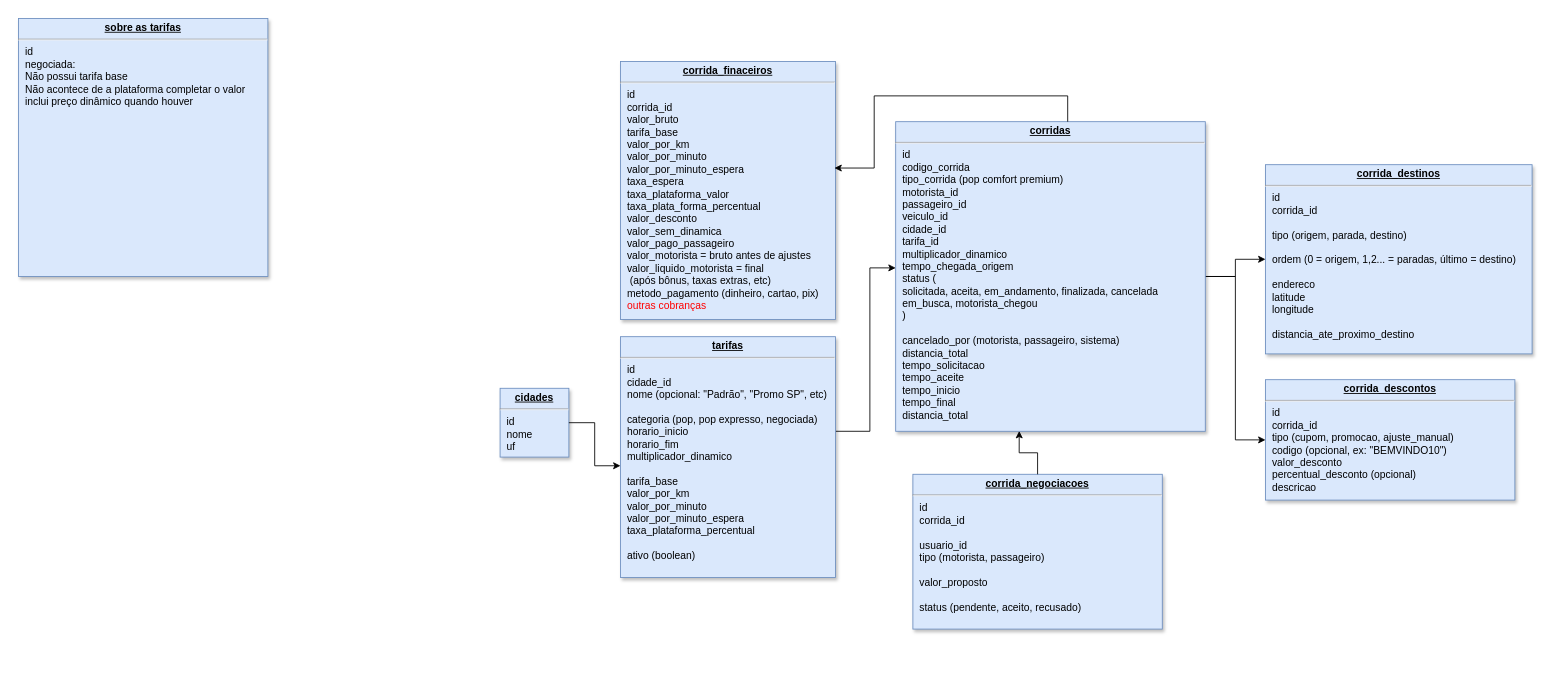
Earlier version of the draw.io diagram page "corridas" (2 of 2) of Diagrama sem nome.drawio (PnA-Publicidade/aplicativo-mobilidade-urbana-backend). Source tidied: cells renumbered, new cells numbered last; positions are measured from the earlier drawing's top-left corner, leaving out a move shared by most shapes. Both pictures are drawn from the tidied source at 86%, with x=0, y=0 at pixel (18, 18).
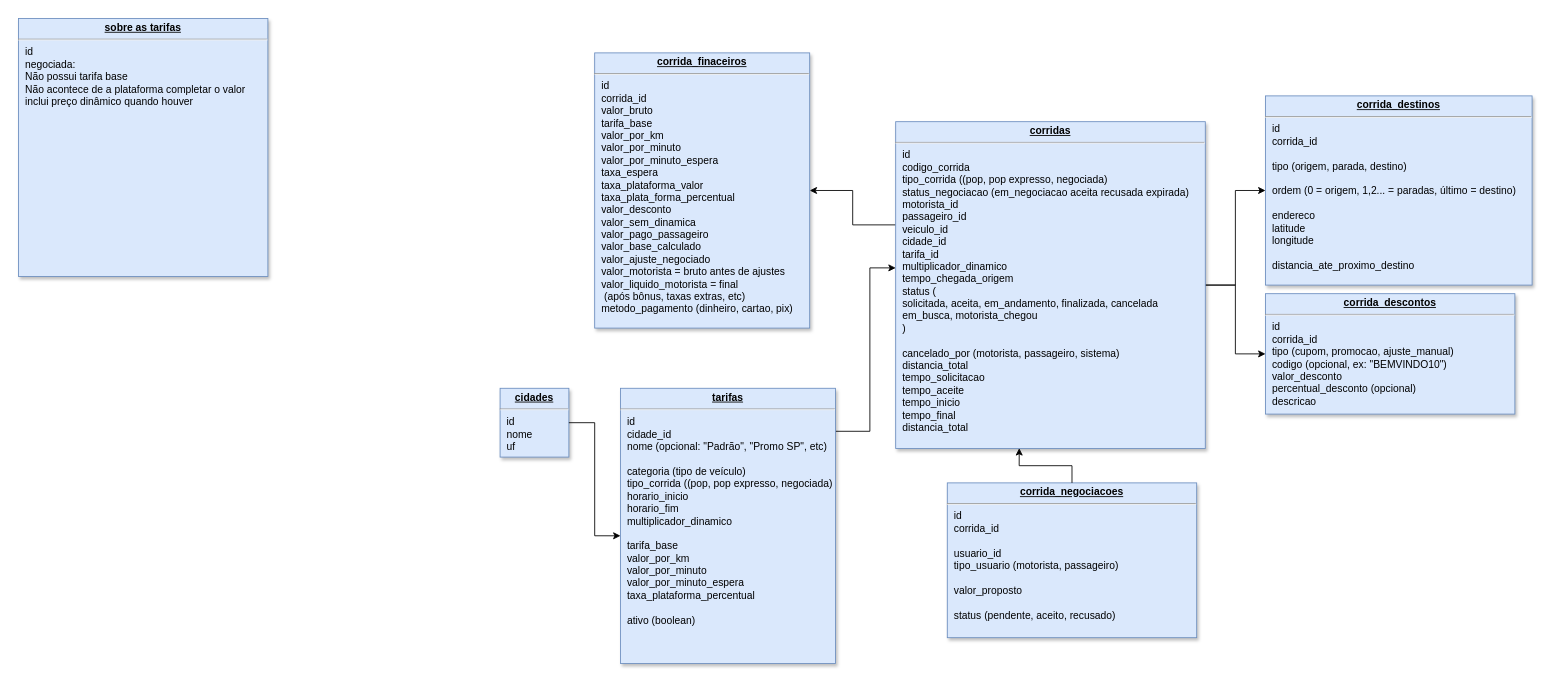
After the change.

The edit, as a diff of the source:
```diff
@@
 <mxGraphModel>
   <root>
     <mxCell id="0" />
     <mxCell id="1" parent="0" />
     <mxCell id="2" style="edgeStyle=orthogonalEdgeStyle;rounded=0;jettySize=auto;html=1;entryX=0;entryY=0.5;entryDx=0;entryDy=0;" parent="1" edge="1" source="4" target="6">
       <mxGeometry relative="1" as="geometry" />
     </mxCell>
     <mxCell id="3" style="edgeStyle=orthogonalEdgeStyle;rounded=0;jettySize=auto;html=1;entryX=0;entryY=0.5;entryDx=0;entryDy=0;" parent="1" edge="1" source="4" target="7">
       <mxGeometry relative="1" as="geometry" />
     </mxCell>
+    <mxCell id="8" style="edgeStyle=orthogonalEdgeStyle;rounded=0;jettySize=auto;html=1;entryX=1;entryY=0.5;entryDx=0;entryDy=0;" parent="1" edge="1" source="4" target="5">
+      <mxGeometry relative="1" as="geometry">
+        <Array as="points">
+          <mxPoint x="970" y="240" />
+          <mxPoint x="970" y="200" />
+        </Array>
+      </mxGeometry>
+    </mxCell>
-    <mxCell id="4" value="&lt;p style=&quot;margin: 0px ; margin-top: 4px ; text-align: center ; text-decoration: underline&quot;&gt;&lt;b&gt;corridas&lt;/b&gt;&lt;/p&gt;&lt;hr&gt;&lt;p style=&quot;margin: 0px ; margin-left: 8px&quot;&gt;id&lt;/p&gt;&lt;p style=&quot;margin: 0px ; margin-left: 8px&quot;&gt;codigo_corrida&lt;/p&gt;&lt;p style=&quot;margin: 0px ; margin-left: 8px&quot;&gt;tipo_corrida (pop comfort premium)&lt;/p&gt;&lt;p style=&quot;margin: 0px ; margin-left: 8px&quot;&gt;motorista_id&lt;/p&gt;&lt;p style=&quot;margin: 0px ; margin-left: 8px&quot;&gt;passageiro_id&lt;/p&gt;&lt;p style=&quot;margin: 0px ; margin-left: 8px&quot;&gt;veiculo_id&amp;nbsp;&lt;/p&gt;&lt;p style=&quot;margin: 0px ; margin-left: 8px&quot;&gt;cidade_id&lt;/p&gt;&lt;p style=&quot;margin: 0px ; margin-left: 8px&quot;&gt;tarifa_id&lt;/p&gt;&lt;p style=&quot;margin: 0px ; margin-left: 8px&quot;&gt;multiplicador_dinamico&lt;/p&gt;&lt;p style=&quot;margin: 0px ; margin-left: 8px&quot;&gt;tempo_chegada_origem&lt;/p&gt;&lt;p style=&quot;margin: 0px ; margin-left: 8px&quot;&gt;status (&lt;/p&gt;&lt;p style=&quot;margin: 0px ; margin-left: 8px&quot;&gt;solicitada, aceita, em_andamento, finalizada, cancelada&lt;/p&gt;&lt;p style=&quot;margin: 0px ; margin-left: 8px&quot;&gt;em_busca, motorista_chegou&lt;/p&gt;&lt;p style=&quot;margin: 0px ; margin-left: 8px&quot;&gt;)&lt;/p&gt;&lt;p style=&quot;margin: 0px ; margin-left: 8px&quot;&gt;&lt;br&gt;&lt;/p&gt;&lt;p style=&quot;margin: 0px ; margin-left: 8px&quot;&gt;cancelado_por (motorista, passageiro, sistema)&lt;/p&gt;&lt;p style=&quot;margin: 0px ; margin-left: 8px&quot;&gt;distancia_total&lt;/p&gt;&lt;p style=&quot;margin: 0px ; margin-left: 8px&quot;&gt;tempo_solicitacao&lt;/p&gt;&lt;p style=&quot;margin: 0px ; margin-left: 8px&quot;&gt;tempo_aceite&lt;/p&gt;&lt;p style=&quot;margin: 0px ; margin-left: 8px&quot;&gt;tempo_inicio&lt;/p&gt;&lt;p style=&quot;margin: 0px ; margin-left: 8px&quot;&gt;tempo_final&lt;/p&gt;&lt;p style=&quot;margin: 0px ; margin-left: 8px&quot;&gt;distancia_total&lt;/p&gt;&lt;p style=&quot;margin: 0px ; margin-left: 8px&quot;&gt;&lt;br&gt;&lt;/p&gt;&lt;p style=&quot;margin: 0px ; margin-left: 8px&quot;&gt;&lt;br&gt;&lt;/p&gt;" style="verticalAlign=top;align=left;overflow=fill;fontSize=12;fontFamily=Helvetica;html=1;strokeColor=#6c8ebf;shadow=1;fillColor=#dae8fc;" parent="1" vertex="1">
-      <mxGeometry x="1020" y="120" width="360" height="360" as="geometry" />
+    <mxCell id="4" value="&lt;p style=&quot;margin: 0px ; margin-top: 4px ; text-align: center ; text-decoration: underline&quot;&gt;&lt;b&gt;corridas&lt;/b&gt;&lt;/p&gt;&lt;hr&gt;&lt;p style=&quot;margin: 0px ; margin-left: 8px&quot;&gt;id&lt;/p&gt;&lt;p style=&quot;margin: 0px ; margin-left: 8px&quot;&gt;codigo_corrida&lt;/p&gt;&lt;p style=&quot;margin: 0px ; margin-left: 8px&quot;&gt;tipo_corrida ((pop, pop expresso, negociada)&lt;/p&gt;&lt;p style=&quot;margin: 0px ; margin-left: 8px&quot;&gt;status_negociacao (em_negociacao aceita recusada expirada)&lt;/p&gt;&lt;p style=&quot;margin: 0px ; margin-left: 8px&quot;&gt;motorista_id&lt;/p&gt;&lt;p style=&quot;margin: 0px ; margin-left: 8px&quot;&gt;passageiro_id&lt;/p&gt;&lt;p style=&quot;margin: 0px ; margin-left: 8px&quot;&gt;veiculo_id&amp;nbsp;&lt;/p&gt;&lt;p style=&quot;margin: 0px ; margin-left: 8px&quot;&gt;cidade_id&lt;/p&gt;&lt;p style=&quot;margin: 0px ; margin-left: 8px&quot;&gt;tarifa_id&lt;/p&gt;&lt;p style=&quot;margin: 0px ; margin-left: 8px&quot;&gt;multiplicador_dinamico&lt;/p&gt;&lt;p style=&quot;margin: 0px ; margin-left: 8px&quot;&gt;tempo_chegada_origem&lt;/p&gt;&lt;p style=&quot;margin: 0px ; margin-left: 8px&quot;&gt;status (&lt;/p&gt;&lt;p style=&quot;margin: 0px ; margin-left: 8px&quot;&gt;solicitada, aceita, em_andamento, finalizada, cancelada&lt;/p&gt;&lt;p style=&quot;margin: 0px ; margin-left: 8px&quot;&gt;em_busca, motorista_chegou&lt;/p&gt;&lt;p style=&quot;margin: 0px ; margin-left: 8px&quot;&gt;)&lt;/p&gt;&lt;p style=&quot;margin: 0px ; margin-left: 8px&quot;&gt;&lt;br&gt;&lt;/p&gt;&lt;p style=&quot;margin: 0px ; margin-left: 8px&quot;&gt;cancelado_por (motorista, passageiro, sistema)&lt;/p&gt;&lt;p style=&quot;margin: 0px ; margin-left: 8px&quot;&gt;distancia_total&lt;/p&gt;&lt;p style=&quot;margin: 0px ; margin-left: 8px&quot;&gt;tempo_solicitacao&lt;/p&gt;&lt;p style=&quot;margin: 0px ; margin-left: 8px&quot;&gt;tempo_aceite&lt;/p&gt;&lt;p style=&quot;margin: 0px ; margin-left: 8px&quot;&gt;tempo_inicio&lt;/p&gt;&lt;p style=&quot;margin: 0px ; margin-left: 8px&quot;&gt;tempo_final&lt;/p&gt;&lt;p style=&quot;margin: 0px ; margin-left: 8px&quot;&gt;distancia_total&lt;/p&gt;&lt;p style=&quot;margin: 0px ; margin-left: 8px&quot;&gt;&lt;br&gt;&lt;/p&gt;&lt;p style=&quot;margin: 0px ; margin-left: 8px&quot;&gt;&lt;br&gt;&lt;/p&gt;" style="verticalAlign=top;align=left;overflow=fill;fontSize=12;fontFamily=Helvetica;html=1;strokeColor=#6c8ebf;shadow=1;fillColor=#dae8fc;" parent="1" vertex="1">
+      <mxGeometry x="1020" y="120" width="360" height="380" as="geometry" />
     </mxCell>
-    <mxCell id="5" value="&lt;p style=&quot;margin: 0px ; margin-top: 4px ; text-align: center ; text-decoration: underline&quot;&gt;&lt;b&gt;corrida_finaceiros&lt;/b&gt;&lt;/p&gt;&lt;hr&gt;&lt;p style=&quot;margin: 0px ; margin-left: 8px&quot;&gt;id&lt;/p&gt;&lt;p style=&quot;margin: 0px ; margin-left: 8px&quot;&gt;corrida_id&lt;/p&gt;&lt;p style=&quot;margin: 0px ; margin-left: 8px&quot;&gt;valor_bruto&lt;/p&gt;&lt;p style=&quot;margin: 0px ; margin-left: 8px&quot;&gt;tarifa_base&lt;/p&gt;&lt;p style=&quot;margin: 0px ; margin-left: 8px&quot;&gt;valor_por_km&lt;/p&gt;&lt;p style=&quot;margin: 0px ; margin-left: 8px&quot;&gt;valor_por_minuto&lt;/p&gt;&lt;p style=&quot;margin: 0px ; margin-left: 8px&quot;&gt;valor_por_minuto_espera&lt;/p&gt;&lt;p style=&quot;margin: 0px ; margin-left: 8px&quot;&gt;taxa_espera&lt;/p&gt;&lt;p style=&quot;margin: 0px 0px 0px 8px;&quot;&gt;taxa_plataforma_valor&lt;/p&gt;&lt;p style=&quot;margin: 0px 0px 0px 8px;&quot;&gt;taxa_plata_forma_percentual&lt;/p&gt;&lt;p style=&quot;margin: 0px ; margin-left: 8px&quot;&gt;valor_desconto&lt;/p&gt;&lt;p style=&quot;margin: 0px ; margin-left: 8px&quot;&gt;valor_sem_dinamica&lt;/p&gt;&lt;p style=&quot;margin: 0px ; margin-left: 8px&quot;&gt;valor_pago_passageiro&lt;/p&gt;&lt;p style=&quot;margin: 0px ; margin-left: 8px&quot;&gt;valor_motorista = bruto antes de ajustes&lt;/p&gt;&lt;p style=&quot;margin: 0px ; margin-left: 8px&quot;&gt;valor_liquido_motorista = final&lt;/p&gt;&lt;p style=&quot;margin: 0px ; margin-left: 8px&quot;&gt;&amp;nbsp;(após bônus, taxas extras, etc)&lt;/p&gt;&lt;p style=&quot;margin: 0px ; margin-left: 8px&quot;&gt;metodo_pagamento (dinheiro, cartao, pix)&lt;/p&gt;&lt;p style=&quot;margin: 0px ; margin-left: 8px&quot;&gt;&lt;font style=&quot;color: rgb(255, 0, 0);&quot;&gt;outras cobranças&lt;/font&gt;&lt;/p&gt;&lt;div&gt;&lt;br&gt;&lt;/div&gt;" style="verticalAlign=top;align=left;overflow=fill;fontSize=12;fontFamily=Helvetica;html=1;strokeColor=#6c8ebf;shadow=1;fillColor=#dae8fc;" parent="1" vertex="1">
-      <mxGeometry x="700" y="50" width="250" height="300" as="geometry" />
+    <mxCell id="5" value="&lt;p style=&quot;margin: 0px ; margin-top: 4px ; text-align: center ; text-decoration: underline&quot;&gt;&lt;b&gt;corrida_finaceiros&lt;/b&gt;&lt;/p&gt;&lt;hr&gt;&lt;p style=&quot;margin: 0px ; margin-left: 8px&quot;&gt;id&lt;/p&gt;&lt;p style=&quot;margin: 0px ; margin-left: 8px&quot;&gt;corrida_id&lt;/p&gt;&lt;p style=&quot;margin: 0px ; margin-left: 8px&quot;&gt;valor_bruto&lt;/p&gt;&lt;p style=&quot;margin: 0px ; margin-left: 8px&quot;&gt;tarifa_base&lt;/p&gt;&lt;p style=&quot;margin: 0px ; margin-left: 8px&quot;&gt;valor_por_km&lt;/p&gt;&lt;p style=&quot;margin: 0px ; margin-left: 8px&quot;&gt;valor_por_minuto&lt;/p&gt;&lt;p style=&quot;margin: 0px ; margin-left: 8px&quot;&gt;valor_por_minuto_espera&lt;/p&gt;&lt;p style=&quot;margin: 0px ; margin-left: 8px&quot;&gt;taxa_espera&lt;/p&gt;&lt;p style=&quot;margin: 0px 0px 0px 8px;&quot;&gt;taxa_plataforma_valor&lt;/p&gt;&lt;p style=&quot;margin: 0px 0px 0px 8px;&quot;&gt;taxa_plata_forma_percentual&lt;/p&gt;&lt;p style=&quot;margin: 0px ; margin-left: 8px&quot;&gt;valor_desconto&lt;/p&gt;&lt;p style=&quot;margin: 0px ; margin-left: 8px&quot;&gt;valor_sem_dinamica&lt;/p&gt;&lt;p style=&quot;margin: 0px ; margin-left: 8px&quot;&gt;valor_pago_passageiro&lt;/p&gt;&lt;p style=&quot;margin: 0px ; margin-left: 8px&quot;&gt;valor_base_calculado&lt;br&gt;valor_ajuste_negociado&lt;/p&gt;&lt;p style=&quot;margin: 0px ; margin-left: 8px&quot;&gt;valor_motorista = bruto antes de ajustes&lt;/p&gt;&lt;p style=&quot;margin: 0px ; margin-left: 8px&quot;&gt;valor_liquido_motorista = final&lt;/p&gt;&lt;p style=&quot;margin: 0px ; margin-left: 8px&quot;&gt;&amp;nbsp;(após bônus, taxas extras, etc)&lt;/p&gt;&lt;p style=&quot;margin: 0px ; margin-left: 8px&quot;&gt;metodo_pagamento (dinheiro, cartao, pix)&lt;/p&gt;" style="verticalAlign=top;align=left;overflow=fill;fontSize=12;fontFamily=Helvetica;html=1;strokeColor=#6c8ebf;shadow=1;fillColor=#dae8fc;" parent="1" vertex="1">
+      <mxGeometry x="670" y="40" width="250" height="320" as="geometry" />
     </mxCell>
     <mxCell id="6" value="&lt;p style=&quot;margin: 0px ; margin-top: 4px ; text-align: center ; text-decoration: underline&quot;&gt;&lt;b&gt;corrida_destinos&lt;/b&gt;&lt;/p&gt;&lt;hr&gt;&lt;p style=&quot;margin: 0px ; margin-left: 8px&quot;&gt;id&lt;/p&gt;&lt;p style=&quot;margin: 0px ; margin-left: 8px&quot;&gt;corrida_id&lt;/p&gt;&lt;p style=&quot;margin: 0px ; margin-left: 8px&quot;&gt;&lt;br&gt;&lt;/p&gt;&lt;p style=&quot;margin: 0px ; margin-left: 8px&quot;&gt;tipo (origem, parada, destino)&lt;/p&gt;&lt;p style=&quot;margin: 0px ; margin-left: 8px&quot;&gt;&lt;br&gt;&lt;/p&gt;&lt;p style=&quot;margin: 0px ; margin-left: 8px&quot;&gt;ordem (0 = origem, 1,2... = paradas, último = destino)&lt;/p&gt;&lt;p style=&quot;margin: 0px ; margin-left: 8px&quot;&gt;&lt;br&gt;&lt;/p&gt;&lt;p style=&quot;margin: 0px ; margin-left: 8px&quot;&gt;endereco&lt;/p&gt;&lt;p style=&quot;margin: 0px ; margin-left: 8px&quot;&gt;latitude&lt;/p&gt;&lt;p style=&quot;margin: 0px ; margin-left: 8px&quot;&gt;longitude&lt;/p&gt;&lt;p style=&quot;margin: 0px ; margin-left: 8px&quot;&gt;&lt;br&gt;&lt;/p&gt;&lt;p style=&quot;margin: 0px ; margin-left: 8px&quot;&gt;distancia_ate_proximo_destino&lt;/p&gt;" style="verticalAlign=top;align=left;overflow=fill;fontSize=12;fontFamily=Helvetica;html=1;strokeColor=#6c8ebf;shadow=1;fillColor=#dae8fc;" parent="1" vertex="1">
-      <mxGeometry x="1450" y="170" width="310" height="220" as="geometry" />
+      <mxGeometry x="1450" y="90" width="310" height="220" as="geometry" />
     </mxCell>
     <mxCell id="7" value="&lt;p style=&quot;margin: 0px ; margin-top: 4px ; text-align: center ; text-decoration: underline&quot;&gt;&lt;b&gt;corrida_descontos&lt;/b&gt;&lt;/p&gt;&lt;hr&gt;&lt;p style=&quot;margin: 0px ; margin-left: 8px&quot;&gt;id&lt;/p&gt;&lt;p style=&quot;margin: 0px ; margin-left: 8px&quot;&gt;corrida_id&lt;/p&gt;&lt;p style=&quot;margin: 0px ; margin-left: 8px&quot;&gt;tipo (cupom, promocao, ajuste_manual)&lt;/p&gt;&lt;p style=&quot;margin: 0px ; margin-left: 8px&quot;&gt;codigo (opcional, ex: &quot;BEMVINDO10&quot;)&lt;/p&gt;&lt;p style=&quot;margin: 0px ; margin-left: 8px&quot;&gt;valor_desconto&lt;/p&gt;&lt;p style=&quot;margin: 0px ; margin-left: 8px&quot;&gt;percentual_desconto (opcional)&lt;/p&gt;&lt;p style=&quot;margin: 0px ; margin-left: 8px&quot;&gt;descricao&lt;/p&gt;&lt;div&gt;&lt;br&gt;&lt;/div&gt;&lt;div&gt;&lt;br&gt;&lt;/div&gt;" style="verticalAlign=top;align=left;overflow=fill;fontSize=12;fontFamily=Helvetica;html=1;strokeColor=#6c8ebf;shadow=1;fillColor=#dae8fc;" parent="1" vertex="1">
-      <mxGeometry x="1450" y="420" width="290" height="140" as="geometry" />
+      <mxGeometry x="1450" y="320" width="290" height="140" as="geometry" />
     </mxCell>
-    <mxCell id="8" style="edgeStyle=orthogonalEdgeStyle;rounded=0;jettySize=auto;html=1;entryX=0.995;entryY=0.413;entryDx=0;entryDy=0;entryPerimeter=0;" parent="1" edge="1" source="4" target="5">
-      <mxGeometry relative="1" as="geometry">
-        <Array as="points">
-          <mxPoint x="1220" y="90" />
-          <mxPoint x="995" y="90" />
-          <mxPoint x="995" y="174" />
-        </Array>
-      </mxGeometry>
-    </mxCell>
     <mxCell id="9" style="edgeStyle=orthogonalEdgeStyle;rounded=0;jettySize=auto;html=1;" parent="1" edge="1" source="10" target="4">
       <mxGeometry relative="1" as="geometry">
         <Array as="points">
           <mxPoint x="990" y="480" />
           <mxPoint x="990" y="290" />
         </Array>
       </mxGeometry>
     </mxCell>
-    <mxCell id="10" value="&lt;p style=&quot;margin: 0px ; margin-top: 4px ; text-align: center ; text-decoration: underline&quot;&gt;&lt;b&gt;tarifas&lt;/b&gt;&lt;/p&gt;&lt;hr&gt;&lt;p style=&quot;margin: 0px ; margin-left: 8px&quot;&gt;id&lt;/p&gt;&lt;p style=&quot;margin: 0px ; margin-left: 8px&quot;&gt;cidade_id&lt;/p&gt;&lt;p style=&quot;margin: 0px ; margin-left: 8px&quot;&gt;nome (opcional: &quot;Padrão&quot;, &quot;Promo SP&quot;, etc)&lt;/p&gt;&lt;p style=&quot;margin: 0px ; margin-left: 8px&quot;&gt;&lt;br&gt;&lt;/p&gt;&lt;p style=&quot;margin: 0px ; margin-left: 8px&quot;&gt;categoria (pop, pop expresso, negociada)&lt;/p&gt;&lt;p style=&quot;margin: 0px ; margin-left: 8px&quot;&gt;horario_inicio&lt;/p&gt;&lt;p style=&quot;margin: 0px ; margin-left: 8px&quot;&gt;horario_fim&lt;/p&gt;&lt;p style=&quot;margin: 0px ; margin-left: 8px&quot;&gt;multiplicador_dinamico&lt;/p&gt;&lt;p style=&quot;margin: 0px ; margin-left: 8px&quot;&gt;&lt;br&gt;&lt;/p&gt;&lt;p style=&quot;margin: 0px ; margin-left: 8px&quot;&gt;tarifa_base&lt;/p&gt;&lt;p style=&quot;margin: 0px ; margin-left: 8px&quot;&gt;valor_por_km&lt;/p&gt;&lt;p style=&quot;margin: 0px ; margin-left: 8px&quot;&gt;valor_por_minuto&lt;/p&gt;&lt;p style=&quot;margin: 0px ; margin-left: 8px&quot;&gt;valor_por_minuto_espera&lt;/p&gt;&lt;p style=&quot;margin: 0px ; margin-left: 8px&quot;&gt;taxa_plataforma_percentual&lt;/p&gt;&lt;p style=&quot;margin: 0px ; margin-left: 8px&quot;&gt;&lt;br&gt;&lt;/p&gt;&lt;p style=&quot;margin: 0px ; margin-left: 8px&quot;&gt;ativo (boolean)&lt;/p&gt;&lt;div&gt;&lt;br&gt;&lt;/div&gt;" style="verticalAlign=top;align=left;overflow=fill;fontSize=12;fontFamily=Helvetica;html=1;strokeColor=#6c8ebf;shadow=1;fillColor=#dae8fc;" parent="1" vertex="1">
-      <mxGeometry x="700" y="370" width="250" height="280" as="geometry" />
+    <mxCell id="10" value="&lt;p style=&quot;margin: 0px ; margin-top: 4px ; text-align: center ; text-decoration: underline&quot;&gt;&lt;b&gt;tarifas&lt;/b&gt;&lt;/p&gt;&lt;hr&gt;&lt;p style=&quot;margin: 0px ; margin-left: 8px&quot;&gt;id&lt;/p&gt;&lt;p style=&quot;margin: 0px ; margin-left: 8px&quot;&gt;cidade_id&lt;/p&gt;&lt;p style=&quot;margin: 0px ; margin-left: 8px&quot;&gt;nome (opcional: &quot;Padrão&quot;, &quot;Promo SP&quot;, etc)&lt;/p&gt;&lt;p style=&quot;margin: 0px ; margin-left: 8px&quot;&gt;&lt;br&gt;&lt;/p&gt;&lt;p style=&quot;margin: 0px ; margin-left: 8px&quot;&gt;categoria (tipo de veículo)&lt;/p&gt;&lt;p style=&quot;margin: 0px ; margin-left: 8px&quot;&gt;tipo_corrida ((pop, pop expresso, negociada)&lt;/p&gt;&lt;p style=&quot;margin: 0px ; margin-left: 8px&quot;&gt;horario_inicio&lt;/p&gt;&lt;p style=&quot;margin: 0px ; margin-left: 8px&quot;&gt;horario_fim&lt;/p&gt;&lt;p style=&quot;margin: 0px ; margin-left: 8px&quot;&gt;multiplicador_dinamico&lt;/p&gt;&lt;p style=&quot;margin: 0px ; margin-left: 8px&quot;&gt;&lt;br&gt;&lt;/p&gt;&lt;p style=&quot;margin: 0px ; margin-left: 8px&quot;&gt;tarifa_base&lt;/p&gt;&lt;p style=&quot;margin: 0px ; margin-left: 8px&quot;&gt;valor_por_km&lt;/p&gt;&lt;p style=&quot;margin: 0px ; margin-left: 8px&quot;&gt;valor_por_minuto&lt;/p&gt;&lt;p style=&quot;margin: 0px ; margin-left: 8px&quot;&gt;valor_por_minuto_espera&lt;/p&gt;&lt;p style=&quot;margin: 0px ; margin-left: 8px&quot;&gt;taxa_plataforma_percentual&lt;/p&gt;&lt;p style=&quot;margin: 0px ; margin-left: 8px&quot;&gt;&lt;br&gt;&lt;/p&gt;&lt;p style=&quot;margin: 0px ; margin-left: 8px&quot;&gt;ativo (boolean)&lt;/p&gt;&lt;div&gt;&lt;br&gt;&lt;/div&gt;" style="verticalAlign=top;align=left;overflow=fill;fontSize=12;fontFamily=Helvetica;html=1;strokeColor=#6c8ebf;shadow=1;fillColor=#dae8fc;" parent="1" vertex="1">
+      <mxGeometry x="700" y="430" width="250" height="320" as="geometry" />
     </mxCell>
     <mxCell id="11" value="&lt;p style=&quot;margin: 0px ; margin-top: 4px ; text-align: center ; text-decoration: underline&quot;&gt;&lt;b&gt;cidades&lt;/b&gt;&lt;/p&gt;&lt;hr&gt;&lt;p style=&quot;margin: 0px ; margin-left: 8px&quot;&gt;id&lt;/p&gt;&lt;p style=&quot;margin: 0px ; margin-left: 8px&quot;&gt;&lt;span style=&quot;background-color: transparent; color: light-dark(rgb(0, 0, 0), rgb(255, 255, 255));&quot;&gt;nome&lt;/span&gt;&lt;/p&gt;&lt;p style=&quot;margin: 0px ; margin-left: 8px&quot;&gt;uf&lt;/p&gt;&lt;div&gt;&lt;br&gt;&lt;/div&gt;" style="verticalAlign=top;align=left;overflow=fill;fontSize=12;fontFamily=Helvetica;html=1;strokeColor=#6c8ebf;shadow=1;fillColor=#dae8fc;" parent="1" vertex="1">
       <mxGeometry x="560" y="430" width="80" height="80" as="geometry" />
     </mxCell>
     <mxCell id="12" style="edgeStyle=orthogonalEdgeStyle;rounded=0;jettySize=auto;html=1;entryX=0;entryY=0.536;entryDx=0;entryDy=0;entryPerimeter=0;" parent="1" edge="1" source="11" target="10">
       <mxGeometry relative="1" as="geometry" />
     </mxCell>
     <mxCell id="13" value="&lt;p style=&quot;margin: 0px ; margin-top: 4px ; text-align: center ; text-decoration: underline&quot;&gt;&lt;b&gt;sobre as tarifas&lt;/b&gt;&lt;/p&gt;&lt;hr&gt;&lt;p style=&quot;margin: 0px ; margin-left: 8px&quot;&gt;id&lt;/p&gt;&lt;p style=&quot;margin: 0px ; margin-left: 8px&quot;&gt;negociada:&lt;br&gt;Não possui tarifa base&lt;br&gt;Não acontece de a plataforma completar o valor&lt;/p&gt;&lt;p style=&quot;margin: 0px ; margin-left: 8px&quot;&gt;inclui preço dinâmico quando houver&lt;/p&gt;" style="verticalAlign=top;align=left;overflow=fill;fontSize=12;fontFamily=Helvetica;html=1;strokeColor=#6c8ebf;shadow=1;fillColor=#dae8fc;" parent="1" vertex="1">
       <mxGeometry width="290" height="300" as="geometry" />
     </mxCell>
-    <mxCell id="14" value="&lt;p style=&quot;margin: 0px ; margin-top: 4px ; text-align: center ; text-decoration: underline&quot;&gt;&lt;b&gt;corrida_negociacoes&lt;/b&gt;&lt;/p&gt;&lt;hr&gt;&lt;p style=&quot;margin: 0px ; margin-left: 8px&quot;&gt;id&lt;/p&gt;&lt;p style=&quot;margin: 0px ; margin-left: 8px&quot;&gt;corrida_id&lt;/p&gt;&lt;p style=&quot;margin: 0px ; margin-left: 8px&quot;&gt;&lt;br&gt;&lt;/p&gt;&lt;p style=&quot;margin: 0px ; margin-left: 8px&quot;&gt;usuario_id&lt;/p&gt;&lt;p style=&quot;margin: 0px ; margin-left: 8px&quot;&gt;tipo (motorista, passageiro)&lt;/p&gt;&lt;p style=&quot;margin: 0px ; margin-left: 8px&quot;&gt;&lt;br&gt;&lt;/p&gt;&lt;p style=&quot;margin: 0px ; margin-left: 8px&quot;&gt;valor_proposto&lt;/p&gt;&lt;p style=&quot;margin: 0px ; margin-left: 8px&quot;&gt;&lt;br&gt;&lt;/p&gt;&lt;p style=&quot;margin: 0px ; margin-left: 8px&quot;&gt;status (pendente, aceito, recusado)&lt;/p&gt;&lt;div&gt;&lt;br&gt;&lt;/div&gt;&lt;div&gt;&lt;br&gt;&lt;/div&gt;" style="verticalAlign=top;align=left;overflow=fill;fontSize=12;fontFamily=Helvetica;html=1;strokeColor=#6c8ebf;shadow=1;fillColor=#dae8fc;" parent="1" vertex="1">
-      <mxGeometry x="1040" y="530" width="290" height="180" as="geometry" />
+    <mxCell id="14" value="&lt;p style=&quot;margin: 0px ; margin-top: 4px ; text-align: center ; text-decoration: underline&quot;&gt;&lt;b&gt;corrida_negociacoes&lt;/b&gt;&lt;/p&gt;&lt;hr&gt;&lt;p style=&quot;margin: 0px ; margin-left: 8px&quot;&gt;id&lt;/p&gt;&lt;p style=&quot;margin: 0px ; margin-left: 8px&quot;&gt;corrida_id&lt;/p&gt;&lt;p style=&quot;margin: 0px ; margin-left: 8px&quot;&gt;&lt;br&gt;&lt;/p&gt;&lt;p style=&quot;margin: 0px ; margin-left: 8px&quot;&gt;usuario_id&lt;/p&gt;&lt;p style=&quot;margin: 0px ; margin-left: 8px&quot;&gt;tipo_usuario (motorista, passageiro)&lt;/p&gt;&lt;p style=&quot;margin: 0px ; margin-left: 8px&quot;&gt;&lt;br&gt;&lt;/p&gt;&lt;p style=&quot;margin: 0px ; margin-left: 8px&quot;&gt;valor_proposto&lt;/p&gt;&lt;p style=&quot;margin: 0px ; margin-left: 8px&quot;&gt;&lt;br&gt;&lt;/p&gt;&lt;p style=&quot;margin: 0px ; margin-left: 8px&quot;&gt;status (pendente, aceito, recusado)&lt;/p&gt;&lt;div&gt;&lt;br&gt;&lt;/div&gt;&lt;div&gt;&lt;br&gt;&lt;/div&gt;" style="verticalAlign=top;align=left;overflow=fill;fontSize=12;fontFamily=Helvetica;html=1;strokeColor=#6c8ebf;shadow=1;fillColor=#dae8fc;" parent="1" vertex="1">
+      <mxGeometry x="1080" y="540" width="290" height="180" as="geometry" />
     </mxCell>
     <mxCell id="15" style="edgeStyle=orthogonalEdgeStyle;rounded=0;jettySize=auto;html=1;entryX=0.399;entryY=0.999;entryDx=0;entryDy=0;entryPerimeter=0;" parent="1" edge="1" source="14" target="4">
       <mxGeometry relative="1" as="geometry" />
     </mxCell>
   </root>
 </mxGraphModel>
```
